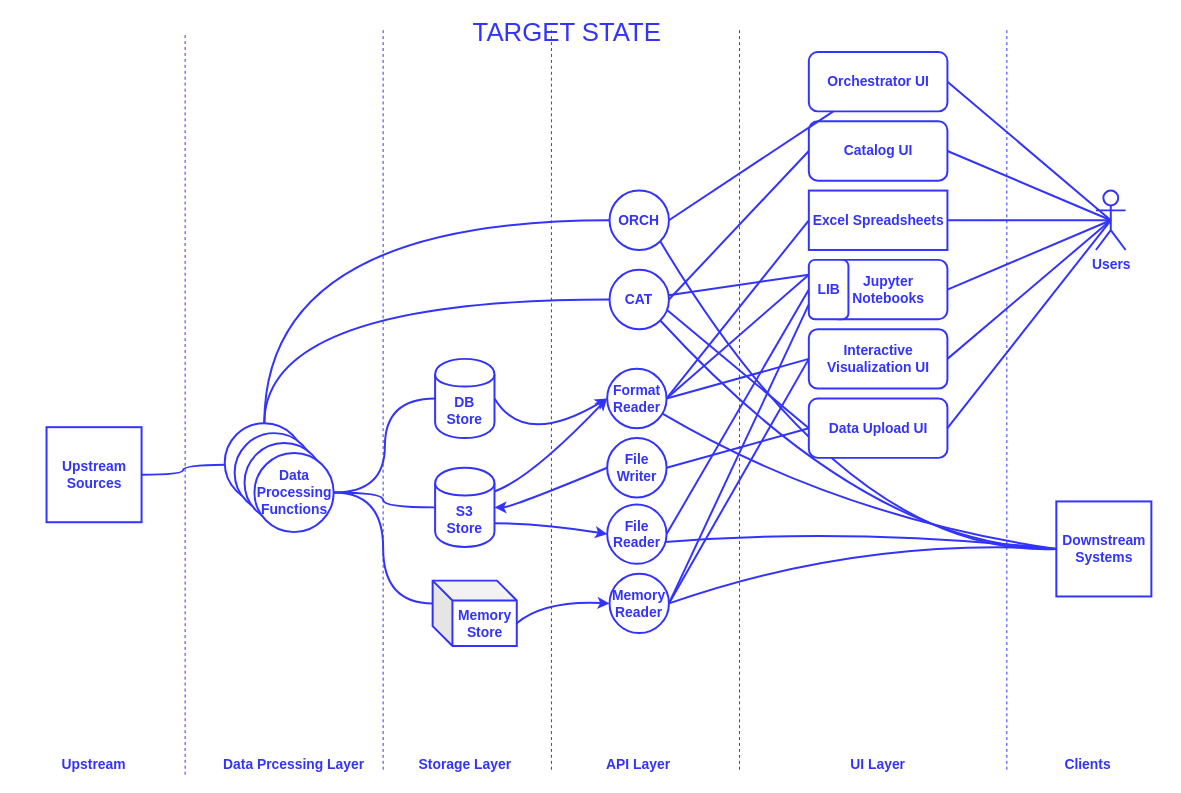
victor-kolesnikov/light-design keeps this draw.io diagram as light-target-state.drawio. Above is the earlier version. Source tidied: cells renumbered, new cells numbered last; positions are measured from the earlier drawing's top-left corner, leaving out a move shared by most shapes. Both pictures are drawn from the tidied source at 99%, with x=0, y=0 at pixel (17, 22).
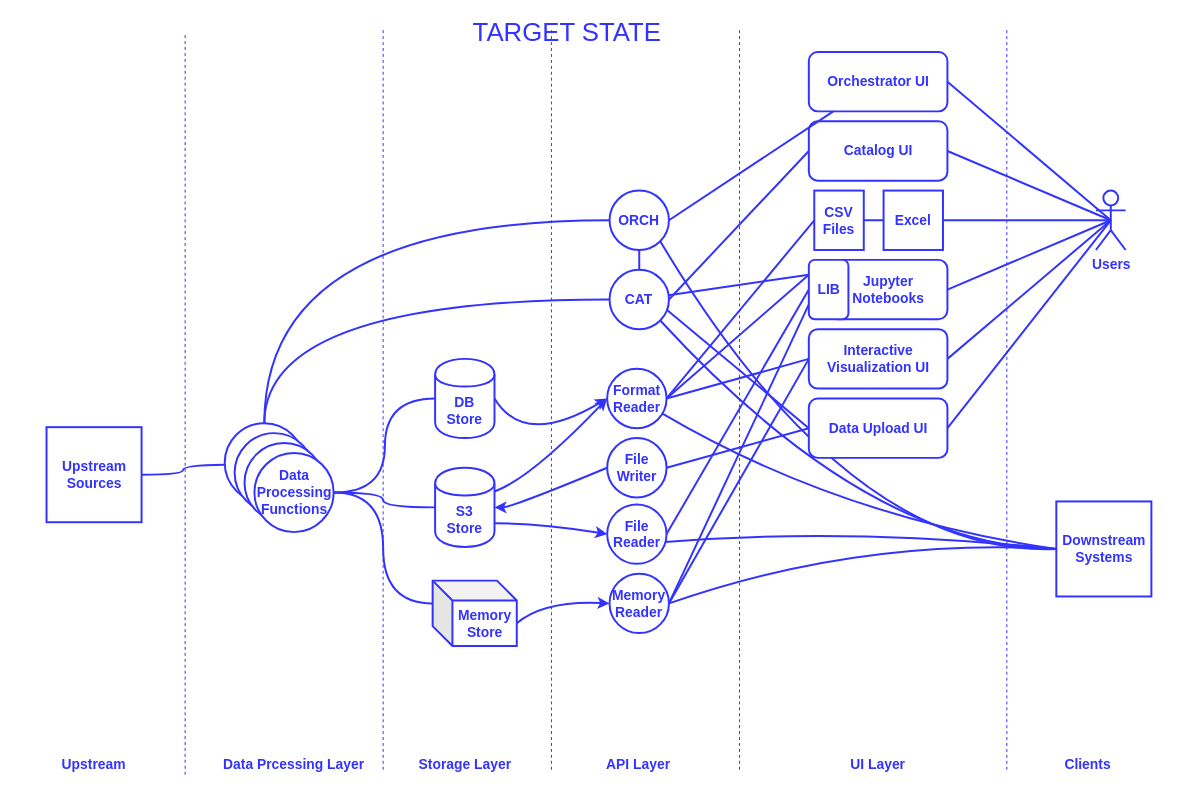
The same diagram, later.

The change refers to these unchanged cells:
```xml
<mxCell id="4" value="&lt;div&gt;&lt;font style=&quot;font-size: 14px&quot;&gt;&lt;b&gt;&lt;font style=&quot;font-size: 14px&quot; color=&quot;#3333FF&quot;&gt;Format&lt;br&gt;&lt;/font&gt;&lt;/b&gt;&lt;/font&gt;&lt;/div&gt;&lt;div&gt;&lt;font style=&quot;font-size: 14px&quot;&gt;&lt;b&gt;&lt;font style=&quot;font-size: 14px&quot; color=&quot;#3333FF&quot;&gt;Reader &lt;br&gt;&lt;/font&gt;&lt;/b&gt;&lt;/font&gt;&lt;/div&gt;" style="ellipse;whiteSpace=wrap;html=1;strokeColor=#3333FF;strokeWidth=2;fillColor=#FFFFFF;" parent="1" vertex="1">
  <mxGeometry x="595.8" y="350" width="60" height="60" as="geometry" />
</mxCell>
<mxCell id="12" value="&lt;font color=&quot;#3333FF&quot;&gt;&lt;b&gt;&lt;font style=&quot;font-size: 14px&quot;&gt;ORCH&lt;/font&gt;&lt;/b&gt;&lt;/font&gt;" style="ellipse;whiteSpace=wrap;html=1;strokeColor=#3333FF;strokeWidth=2;fillColor=#FFFFFF;" parent="1" vertex="1">
  <mxGeometry x="598.2" y="170" width="60" height="60" as="geometry" />
</mxCell>
<mxCell id="13" value="&lt;div&gt;&lt;font style=&quot;font-size: 14px&quot;&gt;&lt;b&gt;&lt;font style=&quot;font-size: 14px&quot; color=&quot;#3333FF&quot;&gt;CAT&lt;/font&gt;&lt;/b&gt;&lt;/font&gt;&lt;/div&gt;" style="ellipse;whiteSpace=wrap;html=1;strokeColor=#3333FF;strokeWidth=2;fillColor=#FFFFFF;" parent="1" vertex="1">
  <mxGeometry x="598.2" y="250" width="60" height="60" as="geometry" />
</mxCell>
```

What changed in the source:
```diff
@@
+    <mxCell id="70" style="edgeStyle=orthogonalEdgeStyle;rounded=0;jettySize=auto;html=1;exitX=0.5;exitY=1;exitDx=0;exitDy=0;endArrow=none;endFill=0;strokeColor=#3333FF;strokeWidth=2;fontSize=14;fontColor=#3333FF;" parent="1" edge="1" source="12" target="13">
+      <mxGeometry relative="1" as="geometry" />
+    </mxCell>
@@
-    <mxCell id="29" value="&lt;font size=&quot;1&quot; color=&quot;#3333FF&quot;&gt;&lt;b style=&quot;font-size: 14px&quot;&gt;Excel Spreadsheets&lt;/b&gt;&lt;/font&gt;" style="rounded=0;whiteSpace=wrap;html=1;strokeColor=#3333FF;strokeWidth=2;fillColor=#FFFFFF;" parent="1" vertex="1">
-      <mxGeometry x="799.5" y="170" width="140" height="60" as="geometry" />
+    <mxCell id="29" value="&lt;font size=&quot;1&quot; color=&quot;#3333FF&quot;&gt;&lt;b style=&quot;font-size: 14px&quot;&gt;Excel &lt;br&gt;&lt;/b&gt;&lt;/font&gt;" style="rounded=0;whiteSpace=wrap;html=1;strokeColor=#3333FF;strokeWidth=2;fillColor=#FFFFFF;" parent="1" vertex="1">
+      <mxGeometry x="875" y="170" width="60" height="60" as="geometry" />
     </mxCell>
-    <mxCell id="30" style="endArrow=none;html=1;strokeColor=#3333FF;strokeWidth=2;exitX=1;exitY=0.5;exitDx=0;exitDy=0;entryX=0;entryY=0.5;entryDx=0;entryDy=0;endFill=0;" parent="1" edge="1" source="4" target="29">
+    <mxCell id="30" style="endArrow=none;html=1;strokeColor=#3333FF;strokeWidth=2;exitX=1;exitY=0.5;exitDx=0;exitDy=0;entryX=0;entryY=0.5;entryDx=0;entryDy=0;endFill=0;" parent="1" edge="1" source="4" target="72">
       <mxGeometry relative="1" as="geometry" />
     </mxCell>
@@
+    <mxCell id="71" style="edgeStyle=orthogonalEdgeStyle;rounded=0;jettySize=auto;html=1;exitX=1;exitY=0.5;exitDx=0;exitDy=0;strokeColor=#3333FF;strokeWidth=2;endArrow=none;endFill=0;" parent="1" edge="1" source="72" target="29">
+      <mxGeometry relative="1" as="geometry" />
+    </mxCell>
+    <mxCell id="72" value="&lt;div style=&quot;font-size: 14px;&quot;&gt;CSV&lt;/div&gt;&lt;div style=&quot;font-size: 14px;&quot;&gt;Files&lt;br style=&quot;font-size: 14px;&quot;&gt;&lt;/div&gt;" style="rounded=0;whiteSpace=wrap;html=1;strokeColor=#3333FF;strokeWidth=2;fontStyle=1;fontSize=14;fontColor=#3333FF;" parent="1" vertex="1">
+      <mxGeometry x="805" y="170" width="50" height="60" as="geometry" />
+    </mxCell>
```
